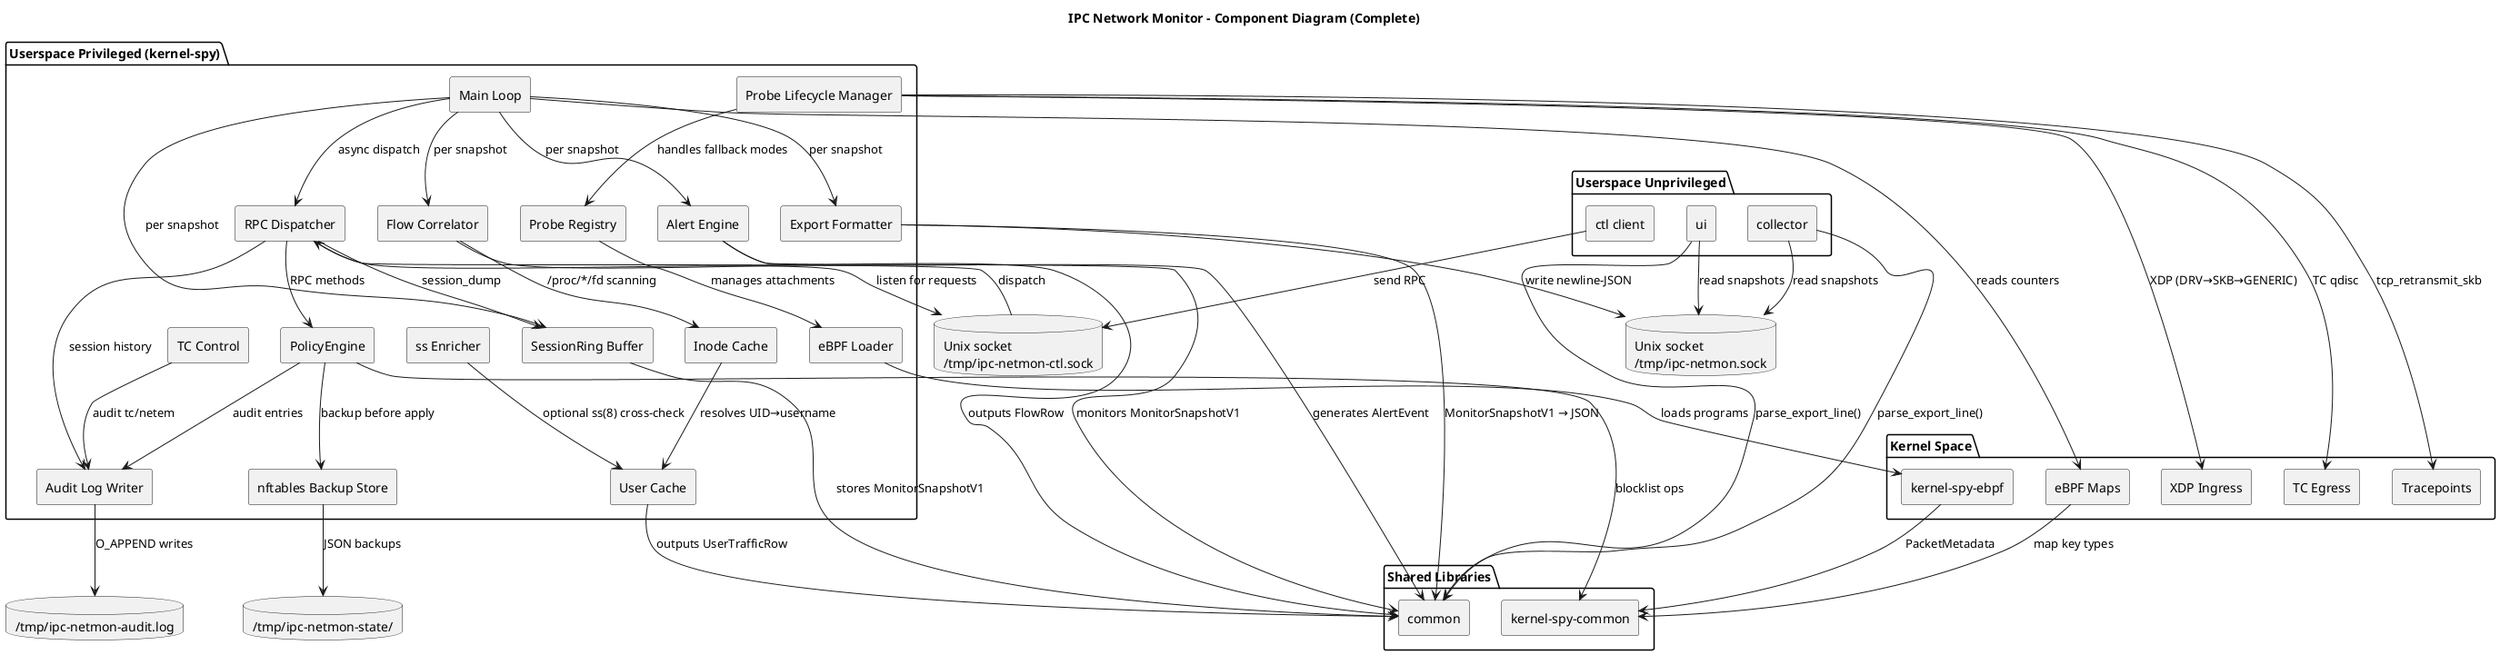
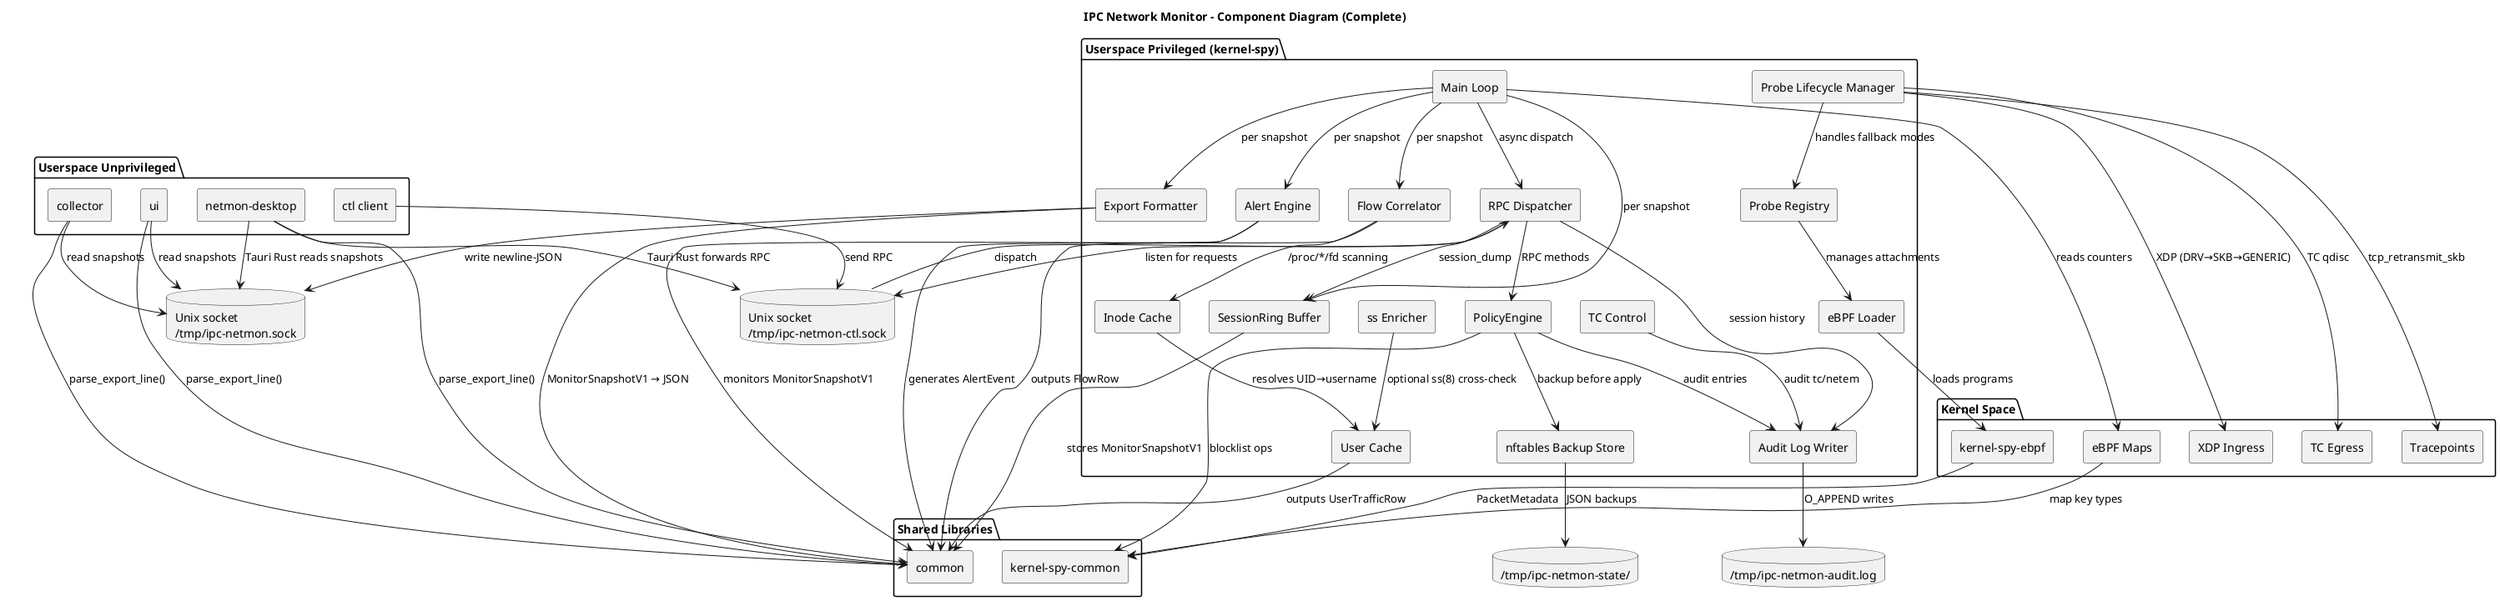
@startuml
title IPC Network Monitor - Component Diagram (Complete)

skinparam componentStyle rectangle
skinparam shadowing false

package "Userspace Privileged (kernel-spy)" {
  [eBPF Loader] as ebpf_loader
  [Probe Registry] as probe_registry
  [Probe Lifecycle Manager] as probe_lifecycle
  [Flow Correlator] as flow_correlator
  [Inode Cache] as inode_cache
  [ss Enricher] as ss_enricher
  [User Cache] as user_cache
  [SessionRing Buffer] as session_ring
  [Alert Engine] as alert_engine
  [PolicyEngine] as policy_engine
  [nftables Backup Store] as nft_backup
  [Audit Log Writer] as audit_log
  [TC Control] as tc_control
  [Export Formatter] as export_fmt
  [RPC Dispatcher] as rpc_dispatch
  [Main Loop] as main_loop
}

package "Userspace Unprivileged" {
  [collector] as collector
  [ui] as ui
+   [netmon-desktop] as netmon_desktop
  [ctl client] as ctl_client
}

package "Shared Libraries" {
  [common] as common
  [kernel-spy-common] as kernel_spy_common
}

package "Kernel Space" {
  [kernel-spy-ebpf] as kernel_spy_ebpf
  [eBPF Maps] as ebpf_maps
  [XDP Ingress] as xdp_ingress
  [TC Egress] as tc_egress
  [Tracepoints] as tracepoints
}

database "Unix socket\n/tmp/ipc-netmon.sock" as export_socket
database "Unix socket\n/tmp/ipc-netmon-ctl.sock" as control_socket
database "/tmp/ipc-netmon-audit.log" as audit_file
database "/tmp/ipc-netmon-state/" as state_dir

ebpf_loader --> kernel_spy_ebpf : loads programs
probe_registry --> ebpf_loader : manages attachments
probe_lifecycle --> probe_registry : handles fallback modes
probe_lifecycle --> xdp_ingress : XDP (DRV→SKB→GENERIC)
probe_lifecycle --> tc_egress : TC qdisc
probe_lifecycle --> tracepoints : tcp_retransmit_skb

main_loop --> ebpf_maps : reads counters
flow_correlator --> inode_cache : /proc/*/fd scanning
inode_cache --> user_cache : resolves UID→username
ss_enricher --> user_cache : optional ss(8) cross-check
flow_correlator --> common : outputs FlowRow
user_cache --> common : outputs UserTrafficRow

alert_engine --> common : monitors MonitorSnapshotV1
alert_engine --> common : generates AlertEvent

session_ring --> common : stores MonitorSnapshotV1

policy_engine --> kernel_spy_common : blocklist ops
policy_engine --> nft_backup : backup before apply
policy_engine --> audit_log : audit entries
tc_control --> audit_log : audit tc/netem

export_fmt --> common : MonitorSnapshotV1 → JSON
export_fmt --> export_socket : write newline-JSON

rpc_dispatch --> policy_engine : RPC methods
rpc_dispatch --> session_ring : session_dump
rpc_dispatch --> audit_log : session history
rpc_dispatch --> control_socket : listen for requests

main_loop --> flow_correlator : per snapshot
main_loop --> alert_engine : per snapshot
main_loop --> session_ring : per snapshot
main_loop --> export_fmt : per snapshot
main_loop --> rpc_dispatch : async dispatch

collector --> export_socket : read snapshots
ui --> export_socket : read snapshots
+ netmon_desktop --> export_socket : Tauri Rust reads snapshots
+ netmon_desktop --> control_socket : Tauri Rust forwards RPC
ctl_client --> control_socket : send RPC
control_socket --> rpc_dispatch : dispatch

collector --> common : parse_export_line()
ui --> common : parse_export_line()
+ netmon_desktop --> common : parse_export_line()

audit_log --> audit_file : O_APPEND writes
nft_backup --> state_dir : JSON backups

kernel_spy_ebpf --> kernel_spy_common : PacketMetadata
ebpf_maps --> kernel_spy_common : map key types


@enduml